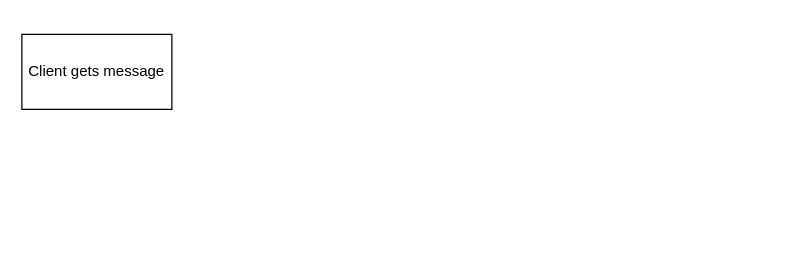
Above: Design Documents/Untitled Diagram.drawio in kipflip1125/client-server (draw.io), before the change. Source tidied: cells renumbered, new cells numbered last; positions are measured from the earlier drawing's top-left corner, leaving out a move shared by most shapes. Both pictures are drawn from the tidied source at 125%, with x=0, y=0 at pixel (21, 34).
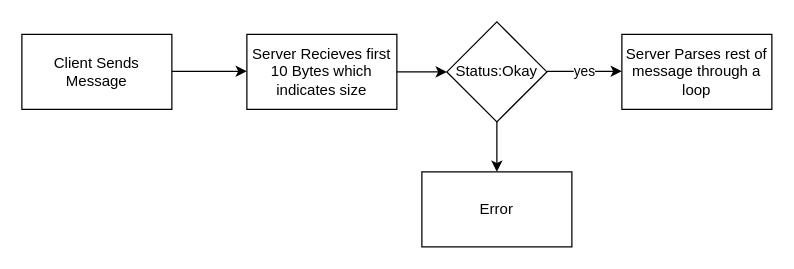
Above is the later version.

The edit, as a diff of the source:
```diff
@@
 <mxGraphModel>
   <root>
     <mxCell id="0" />
     <mxCell id="1" parent="0" />
-    <mxCell id="2" value="Client gets message" style="rounded=0;whiteSpace=wrap;html=1;" parent="1" vertex="1">
+    <mxCell id="2" value="Client Sends Message" style="rounded=0;whiteSpace=wrap;html=1;" parent="1" vertex="1">
       <mxGeometry width="120" height="60" as="geometry" />
     </mxCell>
+    <mxCell id="3" style="endArrow=classic;html=1;" parent="1" edge="1">
+      <mxGeometry relative="1" as="geometry">
+        <mxPoint x="120" y="29.5" as="sourcePoint" />
+        <mxPoint x="180" y="29.5" as="targetPoint" />
+      </mxGeometry>
+    </mxCell>
+    <mxCell id="4" value="Server Recieves first 10 Bytes which indicates size" style="rounded=0;whiteSpace=wrap;html=1;" parent="1" vertex="1">
+      <mxGeometry x="180" width="120" height="60" as="geometry" />
+    </mxCell>
+    <mxCell id="5" style="endArrow=classic;html=1;exitX=1;exitY=0.5;exitDx=0;exitDy=0;entryX=0;entryY=0.5;entryDx=0;entryDy=0;" parent="1" edge="1" source="4" target="7">
+      <mxGeometry relative="1" as="geometry" />
+    </mxCell>
+    <mxCell id="6" value="Server Parses rest of message through a loop" style="rounded=0;whiteSpace=wrap;html=1;" parent="1" vertex="1">
+      <mxGeometry x="480" width="120" height="60" as="geometry" />
+    </mxCell>
+    <mxCell id="7" value="Status:Okay" style="rhombus;whiteSpace=wrap;html=1;" parent="1" vertex="1">
+      <mxGeometry x="340" y="-10" width="80" height="80" as="geometry" />
+    </mxCell>
+    <mxCell id="8" value="yes" style="endArrow=classic;html=1;" parent="1" edge="1">
+      <mxGeometry relative="1" as="geometry">
+        <mxPoint x="420" y="29.5" as="sourcePoint" />
+        <mxPoint x="480" y="29.5" as="targetPoint" />
+      </mxGeometry>
+    </mxCell>
+    <mxCell id="9" value="Error" style="rounded=0;whiteSpace=wrap;html=1;" parent="1" vertex="1">
+      <mxGeometry x="320" y="110" width="120" height="60" as="geometry" />
+    </mxCell>
+    <mxCell id="10" style="endArrow=classic;html=1;exitX=0.5;exitY=1;exitDx=0;exitDy=0;" parent="1" edge="1" source="7">
+      <mxGeometry relative="1" as="geometry">
+        <mxPoint x="380" y="110" as="targetPoint" />
+      </mxGeometry>
+    </mxCell>
   </root>
 </mxGraphModel>
```
